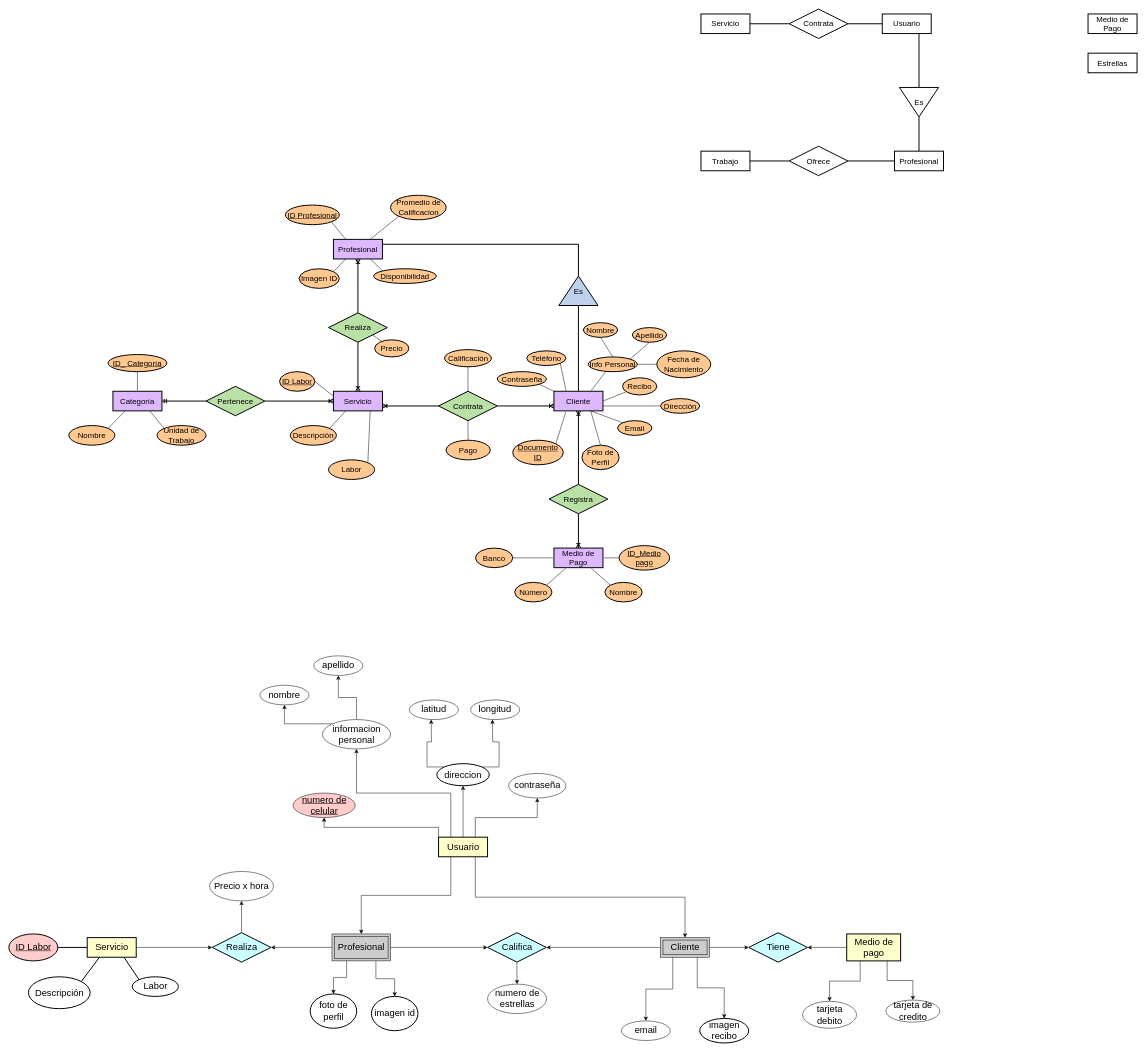
Before: Diagramas/Dragrama Entidad-Relacion.drawio in Hazzard1912/domesticapp, a draw.io diagram. Source tidied: cells renumbered, new cells numbered last; positions are measured from the earlier drawing's top-left corner, leaving out a move shared by most shapes. Both pictures are drawn from the tidied source at 49%, with x=0, y=0 at pixel (9, 9).
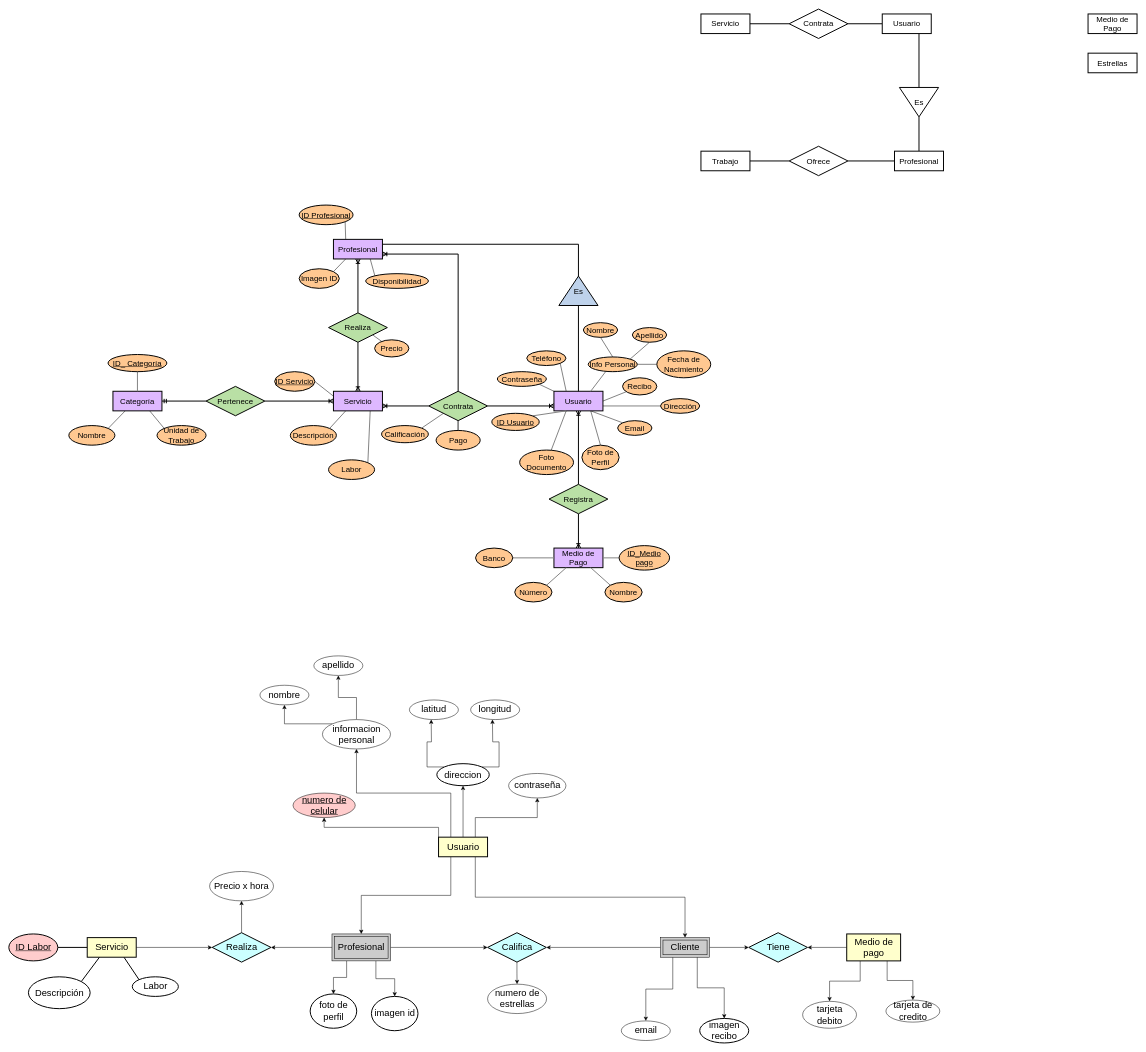
After the change.

The change refers to these unchanged cells:
```xml
<mxCell id="7" value="Profesional" style="whiteSpace=wrap;html=1;align=center;strokeWidth=2;fontSize=16;fillColor=#DEB8FF;" parent="1" vertex="1">
  <mxGeometry x="662" y="470" width="100" height="40" as="geometry" />
</mxCell>
```

The edit, as a diff of the source:
```diff
@@
-    <mxCell id="6" style="rounded=0;jettySize=auto;html=1;exitX=0.75;exitY=0;exitDx=0;exitDy=0;entryX=0;entryY=1;entryDx=0;entryDy=0;endArrow=none;endFill=0;strokeWidth=2;strokeColor=#828282;" parent="1" edge="1" source="7" target="143">
-      <mxGeometry relative="1" as="geometry" />
-    </mxCell>
+    <mxCell id="148" style="edgeStyle=orthogonalEdgeStyle;rounded=0;jettySize=auto;html=1;exitX=1;exitY=0.75;exitDx=0;exitDy=0;entryX=0.5;entryY=0;entryDx=0;entryDy=0;strokeWidth=2;endArrow=none;endFill=0;startArrow=ERoneToMany;startFill=0;" parent="1" edge="1" source="7" target="19">
+      <mxGeometry relative="1" as="geometry" />
+    </mxCell>
@@
+    <mxCell id="149" style="rounded=0;jettySize=auto;html=1;exitX=0.25;exitY=1;exitDx=0;exitDy=0;endArrow=none;endFill=0;strokeWidth=2;strokeColor=#828282;" parent="1" edge="1" source="16" target="150">
+      <mxGeometry relative="1" as="geometry" />
+    </mxCell>
-    <mxCell id="16" value="&lt;div&gt;Cliente&lt;/div&gt;" style="whiteSpace=wrap;html=1;align=center;strokeWidth=2;fontSize=16;fillColor=#DEB8FF;" parent="1" vertex="1">
+    <mxCell id="16" value="Usuario" style="whiteSpace=wrap;html=1;align=center;strokeWidth=2;fontSize=16;fillColor=#DEB8FF;" parent="1" vertex="1">
       <mxGeometry x="1112" y="780" width="100" height="40" as="geometry" />
     </mxCell>
@@
-    <mxCell id="18" style="edgeStyle=orthogonalEdgeStyle;rounded=0;jettySize=auto;html=1;exitX=0.5;exitY=0;exitDx=0;exitDy=0;entryX=0.5;entryY=1;entryDx=0;entryDy=0;endArrow=none;endFill=0;strokeWidth=2;strokeColor=#828282;" parent="1" edge="1" source="19" target="147">
+    <mxCell id="18" style="rounded=0;jettySize=auto;html=1;exitX=0;exitY=1;exitDx=0;exitDy=0;entryX=1;entryY=0;entryDx=0;entryDy=0;endArrow=none;endFill=0;strokeWidth=2;strokeColor=#828282;" parent="1" edge="1" source="19" target="147">
       <mxGeometry relative="1" as="geometry" />
     </mxCell>
     <mxCell id="19" value="Contrata" style="shape=rhombus;perimeter=rhombusPerimeter;whiteSpace=wrap;html=1;align=center;strokeWidth=2;fontSize=16;fillColor=#B9E0A5;" parent="1" vertex="1">
-      <mxGeometry x="876.5" y="780" width="120" height="60" as="geometry" />
+      <mxGeometry x="856.5" y="780" width="120" height="60" as="geometry" />
     </mxCell>
     <mxCell id="20" value="ID Profesional" style="ellipse;whiteSpace=wrap;html=1;align=center;fontSize=16;strokeWidth=2;fontStyle=4;fillColor=#FFC891;" parent="1" vertex="1">
-      <mxGeometry x="564" y="400" width="110" height="40" as="geometry" />
+      <mxGeometry x="592" y="400" width="110" height="40" as="geometry" />
     </mxCell>
@@
-    <mxCell id="23" value="ID Labor" style="ellipse;whiteSpace=wrap;html=1;align=center;fontSize=16;strokeWidth=2;fontStyle=4;fillColor=#FFC891;" parent="1" vertex="1">
-      <mxGeometry x="552" y="740" width="72" height="40" as="geometry" />
+    <mxCell id="23" value="ID Servicio" style="ellipse;whiteSpace=wrap;html=1;align=center;fontSize=16;strokeWidth=2;fontStyle=4;fillColor=#FFC891;" parent="1" vertex="1">
+      <mxGeometry x="542" y="740" width="82" height="40" as="geometry" />
     </mxCell>
@@
     <mxCell id="40" value="Disponibilidad" style="ellipse;whiteSpace=wrap;html=1;align=center;fontSize=16;strokeWidth=2;fillColor=#FFC891;" parent="1" vertex="1">
-      <mxGeometry x="744" y="530" width="128" height="30" as="geometry" />
+      <mxGeometry x="727.8" y="540" width="128" height="30" as="geometry" />
     </mxCell>
@@
-    <mxCell id="127" value="Documento ID" style="ellipse;whiteSpace=wrap;html=1;align=center;fontSize=16;strokeWidth=2;fontStyle=4;fillColor=#FFC891;" parent="1" vertex="1">
-      <mxGeometry x="1028" y="880" width="103" height="50" as="geometry" />
+    <mxCell id="127" value="ID Usuario" style="ellipse;whiteSpace=wrap;html=1;align=center;fontSize=16;strokeWidth=2;fontStyle=4;fillColor=#FFC891;" parent="1" vertex="1">
+      <mxGeometry x="985.2" y="825" width="96.8" height="35" as="geometry" />
     </mxCell>
@@
     <mxCell id="134" value="Pago" style="ellipse;whiteSpace=wrap;html=1;align=center;fontSize=16;strokeWidth=2;fillColor=#FFC891;" parent="1" vertex="1">
-      <mxGeometry x="892" y="880" width="90" height="40" as="geometry" />
+      <mxGeometry x="871.5" y="860" width="90" height="40" as="geometry" />
     </mxCell>
@@
-    <mxCell id="143" value="Promedio de Calificacion" style="ellipse;whiteSpace=wrap;html=1;align=center;fontSize=16;strokeWidth=2;fontStyle=0;fillColor=#FFC891;" parent="1" vertex="1">
-      <mxGeometry x="778.5" y="380" width="113.5" height="50" as="geometry" />
-    </mxCell>
@@
     <mxCell id="147" value="Calificación" style="ellipse;whiteSpace=wrap;html=1;align=center;fontSize=16;strokeWidth=2;fillColor=#FFC891;" parent="1" vertex="1">
-      <mxGeometry x="888.8" y="695" width="95.5" height="35" as="geometry" />
+      <mxGeometry x="760.2" y="850" width="95.5" height="35" as="geometry" />
     </mxCell>
+    <mxCell id="150" value="Foto Documento" style="ellipse;whiteSpace=wrap;html=1;align=center;fontSize=16;strokeWidth=2;fillColor=#FFC891;" parent="1" vertex="1">
+      <mxGeometry x="1042" y="900" width="110" height="50" as="geometry" />
+    </mxCell>
```
